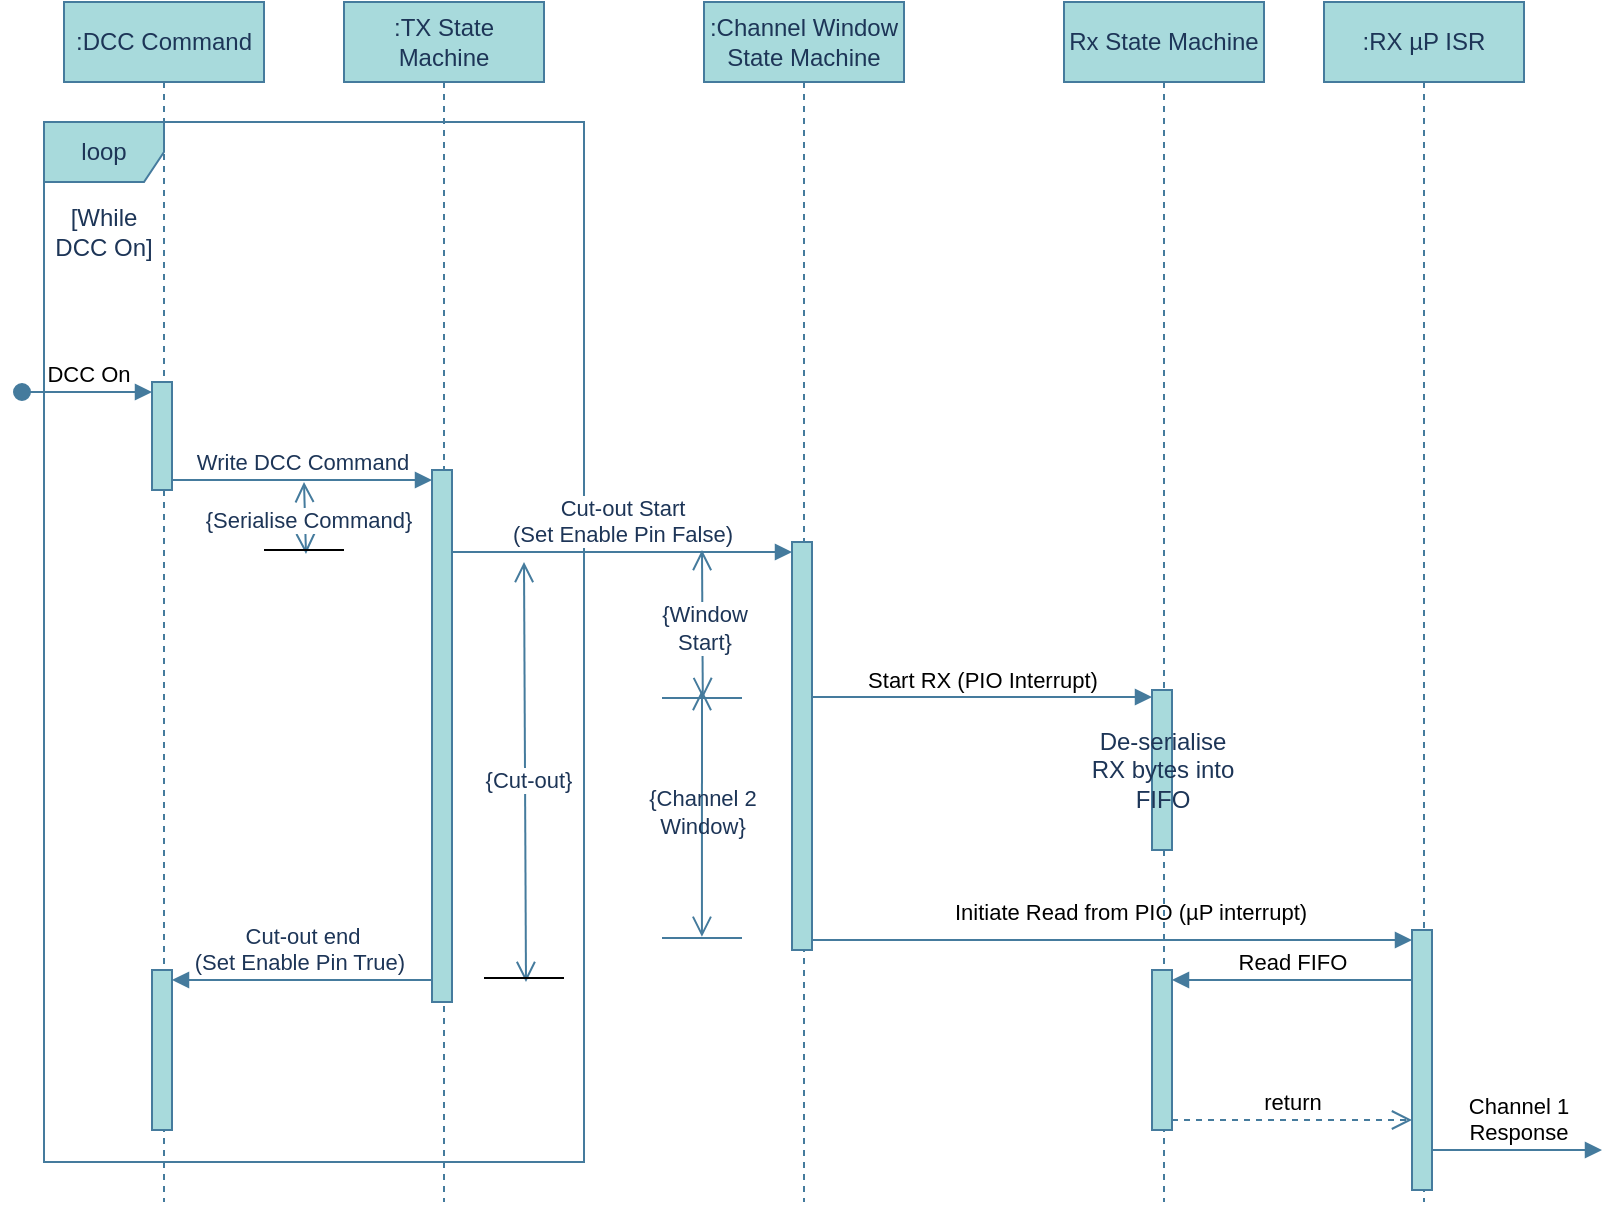
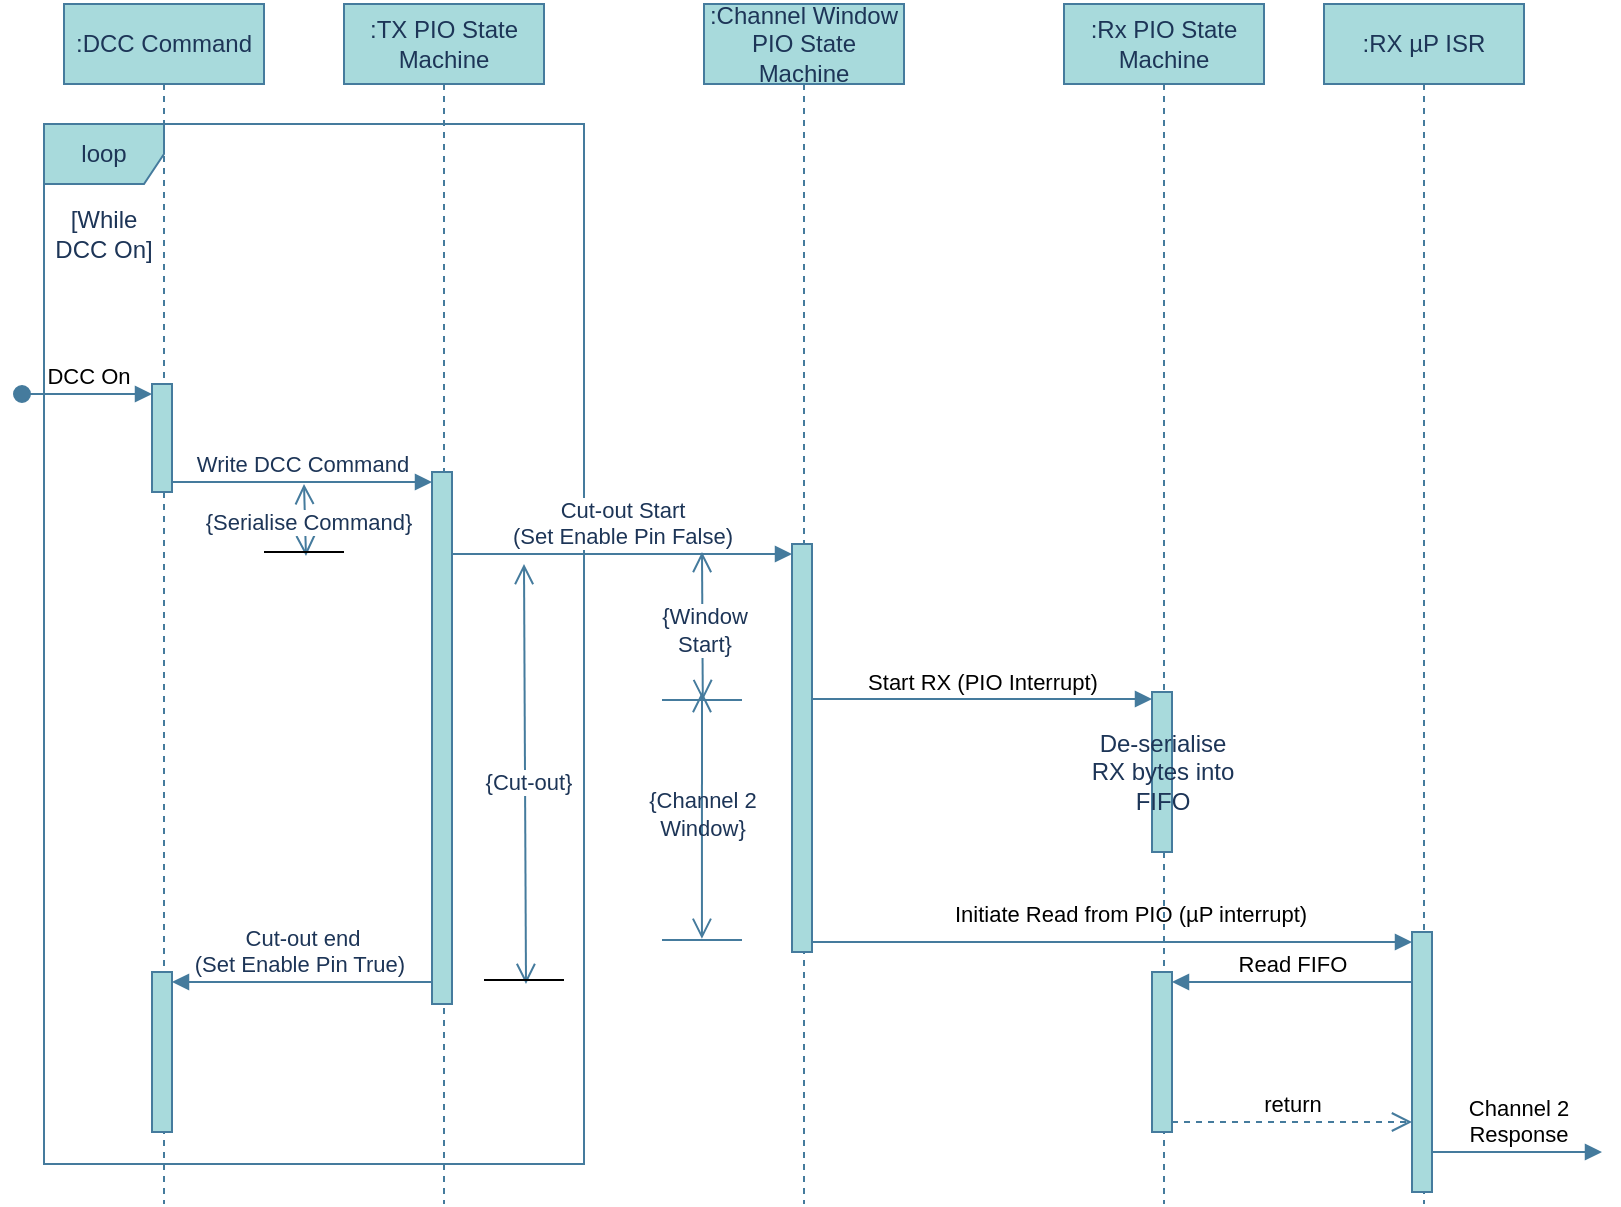
<mxfile host="Electron">
  <diagram name="Page-1" id="weol4V-U0tvbO18UPE6M">
    <mxGraphModel dx="1094" dy="833" grid="1" gridSize="10" guides="1" tooltips="1" connect="1" arrows="1" fold="1" page="1" pageScale="1" pageWidth="827" pageHeight="1169" math="0" shadow="0">
      <root>
        <mxCell id="0" />
        <mxCell id="1" parent="0" />
-         <mxCell id="pWkvLbUYFah3Om_B_SmA-1" parent="1" style="shape=umlLifeline;perimeter=lifelinePerimeter;whiteSpace=wrap;html=1;container=1;dropTarget=0;collapsible=0;recursiveResize=0;outlineConnect=0;portConstraint=eastwest;newEdgeStyle={&quot;curved&quot;:0,&quot;rounded&quot;:0};labelBackgroundColor=none;fillColor=#A8DADC;strokeColor=#457B9D;fontColor=#1D3557;" value=":Channel Window&lt;div&gt;State Machine&lt;/div&gt;" vertex="1">
+         <mxCell id="pWkvLbUYFah3Om_B_SmA-1" parent="1" style="shape=umlLifeline;perimeter=lifelinePerimeter;whiteSpace=wrap;html=1;container=1;dropTarget=0;collapsible=0;recursiveResize=0;outlineConnect=0;portConstraint=eastwest;newEdgeStyle={&quot;curved&quot;:0,&quot;rounded&quot;:0};labelBackgroundColor=none;fillColor=#A8DADC;strokeColor=#457B9D;fontColor=#1D3557;" value=":Channel Window&lt;div&gt;PIO State Machine&lt;/div&gt;" vertex="1">
          <mxGeometry height="600" width="100" x="360" y="160" as="geometry" />
        </mxCell>
-         <mxCell id="pWkvLbUYFah3Om_B_SmA-10" parent="1" style="shape=umlLifeline;perimeter=lifelinePerimeter;whiteSpace=wrap;html=1;container=1;dropTarget=0;collapsible=0;recursiveResize=0;outlineConnect=0;portConstraint=eastwest;newEdgeStyle={&quot;curved&quot;:0,&quot;rounded&quot;:0};strokeColor=#457B9D;fontColor=#1D3557;fillColor=#A8DADC;labelBackgroundColor=none;" value="Rx State Machine" vertex="1">
+         <mxCell id="pWkvLbUYFah3Om_B_SmA-10" parent="1" style="shape=umlLifeline;perimeter=lifelinePerimeter;whiteSpace=wrap;html=1;container=1;dropTarget=0;collapsible=0;recursiveResize=0;outlineConnect=0;portConstraint=eastwest;newEdgeStyle={&quot;curved&quot;:0,&quot;rounded&quot;:0};strokeColor=#457B9D;fontColor=#1D3557;fillColor=#A8DADC;labelBackgroundColor=none;" value=":Rx PIO State Machine" vertex="1">
          <mxGeometry height="600" width="100" x="540" y="160" as="geometry" />
        </mxCell>
        <mxCell id="pWkvLbUYFah3Om_B_SmA-22" parent="1" style="shape=umlLifeline;perimeter=lifelinePerimeter;whiteSpace=wrap;html=1;container=1;dropTarget=0;collapsible=0;recursiveResize=0;outlineConnect=0;portConstraint=eastwest;newEdgeStyle={&quot;curved&quot;:0,&quot;rounded&quot;:0};strokeColor=#457B9D;fontColor=#1D3557;fillColor=#A8DADC;labelBackgroundColor=none;" value=":RX µP ISR" vertex="1">
          <mxGeometry height="600" width="100" x="670" y="160" as="geometry" />
        </mxCell>
-         <mxCell id="DBZd6BLxHrLDgelnlyqc-1" parent="1" style="shape=umlLifeline;perimeter=lifelinePerimeter;whiteSpace=wrap;html=1;container=1;dropTarget=0;collapsible=0;recursiveResize=0;outlineConnect=0;portConstraint=eastwest;newEdgeStyle={&quot;curved&quot;:0,&quot;rounded&quot;:0};labelBackgroundColor=none;fillColor=#A8DADC;strokeColor=#457B9D;fontColor=#1D3557;" value=":TX State Machine" vertex="1">
+         <mxCell id="DBZd6BLxHrLDgelnlyqc-1" parent="1" style="shape=umlLifeline;perimeter=lifelinePerimeter;whiteSpace=wrap;html=1;container=1;dropTarget=0;collapsible=0;recursiveResize=0;outlineConnect=0;portConstraint=eastwest;newEdgeStyle={&quot;curved&quot;:0,&quot;rounded&quot;:0};labelBackgroundColor=none;fillColor=#A8DADC;strokeColor=#457B9D;fontColor=#1D3557;" value=":TX PIO State Machine" vertex="1">
          <mxGeometry height="600" width="100" x="180" y="160" as="geometry" />
        </mxCell>
        <mxCell id="DBZd6BLxHrLDgelnlyqc-2" parent="1" style="shape=umlLifeline;perimeter=lifelinePerimeter;whiteSpace=wrap;html=1;container=1;dropTarget=0;collapsible=0;recursiveResize=0;outlineConnect=0;portConstraint=eastwest;newEdgeStyle={&quot;curved&quot;:0,&quot;rounded&quot;:0};labelBackgroundColor=none;fillColor=#A8DADC;strokeColor=#457B9D;fontColor=#1D3557;" value=":DCC Command" vertex="1">
          <mxGeometry height="600" width="100" x="40" y="160" as="geometry" />
        </mxCell>
        <mxCell id="DBZd6BLxHrLDgelnlyqc-14" parent="DBZd6BLxHrLDgelnlyqc-2" style="html=1;points=[[0,0,0,0,5],[0,1,0,0,-5],[1,0,0,0,5],[1,1,0,0,-5]];perimeter=orthogonalPerimeter;outlineConnect=0;targetShapes=umlLifeline;portConstraint=eastwest;newEdgeStyle={&quot;curved&quot;:0,&quot;rounded&quot;:0};strokeColor=#457B9D;fontColor=#1D3557;fillColor=#A8DADC;" value="" vertex="1">
          <mxGeometry height="80" width="10" x="44" y="484" as="geometry" />
        </mxCell>
        <mxCell id="DBZd6BLxHrLDgelnlyqc-15" edge="1" parent="DBZd6BLxHrLDgelnlyqc-2" style="html=1;verticalAlign=bottom;endArrow=block;curved=0;rounded=0;strokeColor=#457B9D;fontColor=#1D3557;fillColor=#A8DADC;exitX=0;exitY=1;exitDx=0;exitDy=-5;exitPerimeter=0;entryX=1;entryY=0;entryDx=0;entryDy=5;entryPerimeter=0;" target="DBZd6BLxHrLDgelnlyqc-14" value="Cut-out end&lt;div&gt;(Set Enable Pin True)&amp;nbsp;&lt;/div&gt;">
          <mxGeometry relative="1" width="80" as="geometry">
            <mxPoint x="184" y="489" as="sourcePoint" />
            <mxPoint x="410" y="270" as="targetPoint" />
          </mxGeometry>
        </mxCell>
        <mxCell id="DBZd6BLxHrLDgelnlyqc-12" parent="1" style="shape=umlFrame;whiteSpace=wrap;html=1;pointerEvents=0;strokeColor=#457B9D;fontColor=#1D3557;fillColor=#A8DADC;" value="loop" vertex="1">
          <mxGeometry height="520" width="270" x="30" y="220" as="geometry" />
        </mxCell>
        <mxCell id="pWkvLbUYFah3Om_B_SmA-4" parent="1" style="html=1;points=[[0,0,0,0,5],[0,1,0,0,-5],[1,0,0,0,5],[1,1,0,0,-5]];perimeter=orthogonalPerimeter;outlineConnect=0;targetShapes=umlLifeline;portConstraint=eastwest;newEdgeStyle={&quot;curved&quot;:0,&quot;rounded&quot;:0};labelBackgroundColor=none;fillColor=#A8DADC;strokeColor=#457B9D;fontColor=#1D3557;" value="" vertex="1">
          <mxGeometry height="204" width="10" x="404" y="430" as="geometry" />
        </mxCell>
        <mxCell id="pWkvLbUYFah3Om_B_SmA-12" parent="1" style="html=1;points=[[0,0,0,0,5],[0,1,0,0,-5],[1,0,0,0,5],[1,1,0,0,-5]];perimeter=orthogonalPerimeter;outlineConnect=0;targetShapes=umlLifeline;portConstraint=eastwest;newEdgeStyle={&quot;curved&quot;:0,&quot;rounded&quot;:0};strokeColor=#457B9D;fontColor=#1D3557;fillColor=#A8DADC;labelBackgroundColor=none;" value="De-serialise&lt;div&gt;RX bytes into&lt;/div&gt;&lt;div&gt;FIFO&lt;/div&gt;" vertex="1">
          <mxGeometry height="80" width="10" x="584" y="504" as="geometry" />
        </mxCell>
        <mxCell id="pWkvLbUYFah3Om_B_SmA-13" edge="1" parent="1" source="pWkvLbUYFah3Om_B_SmA-4" style="html=1;verticalAlign=bottom;endArrow=block;curved=0;rounded=0;strokeColor=#457B9D;fontColor=default;fillColor=#A8DADC;labelBackgroundColor=none;entryX=0;entryY=0;entryDx=0;entryDy=5;entryPerimeter=0;" value="Start RX (PIO Interrupt)">
          <mxGeometry relative="1" width="80" as="geometry">
            <mxPoint x="420" y="508" as="sourcePoint" />
            <mxPoint x="584" y="507.5" as="targetPoint" />
          </mxGeometry>
        </mxCell>
        <mxCell id="pWkvLbUYFah3Om_B_SmA-14" parent="1" style="line;strokeWidth=1;fillColor=none;align=left;verticalAlign=middle;spacingTop=-1;spacingLeft=3;spacingRight=3;rotatable=0;labelPosition=right;points=[];portConstraint=eastwest;strokeColor=#457B9D;fontColor=#1D3557;labelBackgroundColor=none;" value="" vertex="1">
          <mxGeometry height="8" width="40" x="339" y="504" as="geometry" />
        </mxCell>
        <mxCell id="pWkvLbUYFah3Om_B_SmA-20" edge="1" parent="1" style="edgeStyle=none;orthogonalLoop=1;jettySize=auto;html=1;endArrow=open;startArrow=open;endSize=8;startSize=8;rounded=0;strokeColor=#457B9D;fontColor=default;fillColor=#A8DADC;entryX=0.51;entryY=0.504;entryDx=0;entryDy=0;entryPerimeter=0;endFill=0;startFill=0;labelBackgroundColor=none;" target="pWkvLbUYFah3Om_B_SmA-14" value="">
          <mxGeometry relative="1" width="100" as="geometry">
            <Array as="points" />
            <mxPoint x="359" y="434" as="sourcePoint" />
            <mxPoint x="399" y="464" as="targetPoint" />
          </mxGeometry>
        </mxCell>
        <mxCell id="DBZd6BLxHrLDgelnlyqc-11" connectable="0" parent="pWkvLbUYFah3Om_B_SmA-20" style="edgeLabel;html=1;align=center;verticalAlign=middle;resizable=0;points=[];strokeColor=#457B9D;fontColor=#1D3557;fillColor=#A8DADC;" value="{Window&lt;div&gt;Start}&lt;/div&gt;" vertex="1">
          <mxGeometry relative="1" x="0.0402" y="1" as="geometry">
            <mxPoint as="offset" />
          </mxGeometry>
        </mxCell>
        <mxCell id="pWkvLbUYFah3Om_B_SmA-30" parent="1" style="html=1;points=[[0,0,0,0,5],[0,1,0,0,-5],[1,0,0,0,5],[1,1,0,0,-5]];perimeter=orthogonalPerimeter;outlineConnect=0;targetShapes=umlLifeline;portConstraint=eastwest;newEdgeStyle={&quot;curved&quot;:0,&quot;rounded&quot;:0};strokeColor=#457B9D;fontColor=#1D3557;fillColor=#A8DADC;labelBackgroundColor=none;" value="" vertex="1">
          <mxGeometry height="130" width="10" x="714" y="624" as="geometry" />
        </mxCell>
        <mxCell id="pWkvLbUYFah3Om_B_SmA-24" edge="1" parent="1" source="pWkvLbUYFah3Om_B_SmA-30" style="html=1;verticalAlign=bottom;endArrow=block;curved=0;rounded=0;entryX=1;entryY=0;entryDx=0;entryDy=5;strokeColor=#457B9D;fontColor=default;fillColor=#A8DADC;labelBackgroundColor=none;" target="pWkvLbUYFah3Om_B_SmA-23" value="Read FIFO">
          <mxGeometry relative="1" as="geometry">
            <mxPoint x="589" y="649" as="sourcePoint" />
          </mxGeometry>
        </mxCell>
        <mxCell id="pWkvLbUYFah3Om_B_SmA-25" edge="1" parent="1" source="pWkvLbUYFah3Om_B_SmA-23" style="html=1;verticalAlign=bottom;endArrow=open;dashed=1;endSize=8;curved=0;rounded=0;exitX=1;exitY=1;exitDx=0;exitDy=-5;strokeColor=#457B9D;fontColor=default;fillColor=#A8DADC;labelBackgroundColor=none;" target="pWkvLbUYFah3Om_B_SmA-30" value="return">
          <mxGeometry relative="1" as="geometry">
            <mxPoint x="469" y="694" as="targetPoint" />
          </mxGeometry>
        </mxCell>
        <mxCell id="pWkvLbUYFah3Om_B_SmA-23" parent="1" style="html=1;points=[[0,0,0,0,5],[0,1,0,0,-5],[1,0,0,0,5],[1,1,0,0,-5]];perimeter=orthogonalPerimeter;outlineConnect=0;targetShapes=umlLifeline;portConstraint=eastwest;newEdgeStyle={&quot;curved&quot;:0,&quot;rounded&quot;:0};strokeColor=#457B9D;fontColor=#1D3557;fillColor=#A8DADC;labelBackgroundColor=none;" value="" vertex="1">
          <mxGeometry height="80" width="10" x="584" y="644" as="geometry" />
        </mxCell>
        <mxCell id="pWkvLbUYFah3Om_B_SmA-26" edge="1" parent="1" source="pWkvLbUYFah3Om_B_SmA-4" style="html=1;verticalAlign=bottom;endArrow=block;curved=0;rounded=0;strokeColor=#457B9D;fontColor=default;fillColor=#A8DADC;exitX=1;exitY=1;exitDx=0;exitDy=-5;exitPerimeter=0;entryX=0;entryY=0;entryDx=0;entryDy=5;entryPerimeter=0;labelBackgroundColor=none;" target="pWkvLbUYFah3Om_B_SmA-30" value="Initiate Read from PIO (µP interrupt)">
          <mxGeometry relative="1" width="80" x="0.0606" y="5" as="geometry">
            <mxPoint as="offset" />
            <mxPoint x="369" y="524" as="sourcePoint" />
            <mxPoint x="599" y="629" as="targetPoint" />
          </mxGeometry>
        </mxCell>
        <mxCell id="pWkvLbUYFah3Om_B_SmA-27" parent="1" style="line;strokeWidth=1;fillColor=none;align=left;verticalAlign=middle;spacingTop=-1;spacingLeft=3;spacingRight=3;rotatable=0;labelPosition=right;points=[];portConstraint=eastwest;strokeColor=#457B9D;fontColor=#1D3557;labelBackgroundColor=none;" value="" vertex="1">
          <mxGeometry height="8" width="40" x="339" y="624" as="geometry" />
        </mxCell>
        <mxCell id="pWkvLbUYFah3Om_B_SmA-28" edge="1" parent="1" style="edgeStyle=none;orthogonalLoop=1;jettySize=auto;html=1;endArrow=open;startArrow=open;endSize=8;startSize=8;rounded=0;strokeColor=#457B9D;fontColor=default;fillColor=#A8DADC;endFill=0;startFill=0;entryX=0.499;entryY=0.429;entryDx=0;entryDy=0;entryPerimeter=0;labelBackgroundColor=none;" target="pWkvLbUYFah3Om_B_SmA-27" value="">
          <mxGeometry relative="1" width="100" as="geometry">
            <Array as="points" />
            <mxPoint x="359" y="504" as="sourcePoint" />
            <mxPoint x="359" y="624" as="targetPoint" />
          </mxGeometry>
        </mxCell>
        <mxCell id="pWkvLbUYFah3Om_B_SmA-29" connectable="0" parent="pWkvLbUYFah3Om_B_SmA-28" style="edgeLabel;html=1;align=center;verticalAlign=middle;resizable=0;points=[];strokeColor=#457B9D;fontColor=#1D3557;fillColor=#A8DADC;labelBackgroundColor=none;" value="{Channel 2&lt;div&gt;Window}&lt;/div&gt;" vertex="1">
          <mxGeometry relative="1" x="-0.0144" as="geometry">
            <mxPoint as="offset" />
          </mxGeometry>
        </mxCell>
-         <mxCell id="pWkvLbUYFah3Om_B_SmA-31" edge="1" parent="1" source="pWkvLbUYFah3Om_B_SmA-30" style="html=1;verticalAlign=bottom;endArrow=block;curved=0;rounded=0;strokeColor=#457B9D;fontColor=default;fillColor=#A8DADC;labelBackgroundColor=none;" value="Channel 1&lt;div&gt;Response&lt;/div&gt;">
+         <mxCell id="pWkvLbUYFah3Om_B_SmA-31" edge="1" parent="1" source="pWkvLbUYFah3Om_B_SmA-30" style="html=1;verticalAlign=bottom;endArrow=block;curved=0;rounded=0;strokeColor=#457B9D;fontColor=default;fillColor=#A8DADC;labelBackgroundColor=none;" value="Channel 2&lt;div&gt;Response&lt;/div&gt;">
          <mxGeometry relative="1" width="80" as="geometry">
            <mxPoint x="729" y="734" as="sourcePoint" />
            <mxPoint x="809" y="734" as="targetPoint" />
          </mxGeometry>
        </mxCell>
        <mxCell id="DBZd6BLxHrLDgelnlyqc-8" parent="1" style="html=1;points=[[0,0,0,0,5],[0,1,0,0,-5],[1,0,0,0,5],[1,1,0,0,-5]];perimeter=orthogonalPerimeter;outlineConnect=0;targetShapes=umlLifeline;portConstraint=eastwest;newEdgeStyle={&quot;curved&quot;:0,&quot;rounded&quot;:0};strokeColor=#457B9D;fontColor=#1D3557;fillColor=#A8DADC;" value="" vertex="1">
          <mxGeometry height="266" width="10" x="224" y="394" as="geometry" />
        </mxCell>
        <mxCell id="DBZd6BLxHrLDgelnlyqc-6" parent="1" style="html=1;points=[[0,0,0,0,5],[0,1,0,0,-5],[1,0,0,0,5],[1,1,0,0,-5]];perimeter=orthogonalPerimeter;outlineConnect=0;targetShapes=umlLifeline;portConstraint=eastwest;newEdgeStyle={&quot;curved&quot;:0,&quot;rounded&quot;:0};labelBackgroundColor=none;fillColor=#A8DADC;strokeColor=#457B9D;fontColor=#1D3557;" value="" vertex="1">
          <mxGeometry height="54" width="10" x="84" y="350" as="geometry" />
        </mxCell>
        <mxCell id="DBZd6BLxHrLDgelnlyqc-7" edge="1" parent="1" style="html=1;verticalAlign=bottom;startArrow=oval;endArrow=block;startSize=8;curved=0;rounded=0;entryX=0;entryY=0;entryDx=0;entryDy=5;labelBackgroundColor=none;strokeColor=#457B9D;fontColor=default;" target="DBZd6BLxHrLDgelnlyqc-6" value="DCC On">
          <mxGeometry relative="1" as="geometry">
            <mxPoint x="19" y="355" as="sourcePoint" />
          </mxGeometry>
        </mxCell>
        <mxCell id="DBZd6BLxHrLDgelnlyqc-9" edge="1" parent="1" source="DBZd6BLxHrLDgelnlyqc-6" style="html=1;verticalAlign=bottom;endArrow=block;curved=0;rounded=0;strokeColor=#457B9D;fontColor=#1D3557;fillColor=#A8DADC;exitX=1;exitY=1;exitDx=0;exitDy=-5;exitPerimeter=0;entryX=0;entryY=0;entryDx=0;entryDy=5;entryPerimeter=0;" target="DBZd6BLxHrLDgelnlyqc-8" value="Write DCC Command">
          <mxGeometry relative="1" width="80" as="geometry">
            <mxPoint x="369" y="534" as="sourcePoint" />
            <mxPoint x="449" y="534" as="targetPoint" />
          </mxGeometry>
        </mxCell>
        <mxCell id="DBZd6BLxHrLDgelnlyqc-10" edge="1" parent="1" source="DBZd6BLxHrLDgelnlyqc-8" style="html=1;verticalAlign=bottom;endArrow=block;curved=0;rounded=0;strokeColor=#457B9D;fontColor=#1D3557;fillColor=#A8DADC;entryX=0;entryY=0;entryDx=0;entryDy=5;entryPerimeter=0;" target="pWkvLbUYFah3Om_B_SmA-4" value="Cut-out Start&lt;div&gt;(Set Enable Pin False)&lt;/div&gt;">
          <mxGeometry relative="1" width="80" as="geometry">
            <mxPoint x="369" y="534" as="sourcePoint" />
            <mxPoint x="449" y="534" as="targetPoint" />
          </mxGeometry>
        </mxCell>
        <mxCell id="DBZd6BLxHrLDgelnlyqc-13" parent="1" style="text;html=1;whiteSpace=wrap;strokeColor=none;fillColor=none;align=center;verticalAlign=middle;rounded=0;fontColor=#1D3557;" value="[While DCC On]" vertex="1">
          <mxGeometry height="30" width="60" x="30" y="260" as="geometry" />
        </mxCell>
        <mxCell id="DBZd6BLxHrLDgelnlyqc-16" edge="1" parent="1" style="edgeStyle=none;orthogonalLoop=1;jettySize=auto;html=1;endArrow=open;startArrow=open;endSize=8;startSize=8;rounded=0;strokeColor=#457B9D;fontColor=default;fillColor=#A8DADC;endFill=0;startFill=0;labelBackgroundColor=none;entryX=0.525;entryY=0.75;entryDx=0;entryDy=0;entryPerimeter=0;" target="DBZd6BLxHrLDgelnlyqc-18" value="">
          <mxGeometry relative="1" width="100" as="geometry">
            <Array as="points" />
            <mxPoint x="160" y="400" as="sourcePoint" />
            <mxPoint x="300" y="574" as="targetPoint" />
          </mxGeometry>
        </mxCell>
        <mxCell id="DBZd6BLxHrLDgelnlyqc-17" connectable="0" parent="DBZd6BLxHrLDgelnlyqc-16" style="edgeLabel;html=1;align=center;verticalAlign=middle;resizable=0;points=[];strokeColor=#457B9D;fontColor=#1D3557;fillColor=#A8DADC;" value="{Serialise Command}" vertex="1">
          <mxGeometry relative="1" x="0.0402" y="1" as="geometry">
            <mxPoint as="offset" />
          </mxGeometry>
        </mxCell>
        <mxCell id="DBZd6BLxHrLDgelnlyqc-18" parent="1" style="line;strokeWidth=1;fillColor=none;align=left;verticalAlign=middle;spacingTop=-1;spacingLeft=3;spacingRight=3;rotatable=0;labelPosition=right;points=[];portConstraint=eastwest;strokeColor=inherit;fontColor=#1D3557;" value="" vertex="1">
          <mxGeometry height="8" width="40" x="140" y="430" as="geometry" />
        </mxCell>
        <mxCell id="DBZd6BLxHrLDgelnlyqc-19" edge="1" parent="1" style="edgeStyle=none;orthogonalLoop=1;jettySize=auto;html=1;endArrow=open;startArrow=open;endSize=8;startSize=8;rounded=0;strokeColor=#457B9D;fontColor=default;fillColor=#A8DADC;endFill=0;startFill=0;labelBackgroundColor=none;entryX=0.525;entryY=0.75;entryDx=0;entryDy=0;entryPerimeter=0;" target="DBZd6BLxHrLDgelnlyqc-21" value="">
          <mxGeometry relative="1" width="100" as="geometry">
            <Array as="points" />
            <mxPoint x="270" y="440" as="sourcePoint" />
            <mxPoint x="410" y="768" as="targetPoint" />
          </mxGeometry>
        </mxCell>
        <mxCell id="DBZd6BLxHrLDgelnlyqc-20" connectable="0" parent="DBZd6BLxHrLDgelnlyqc-19" style="edgeLabel;html=1;align=center;verticalAlign=middle;resizable=0;points=[];strokeColor=#457B9D;fontColor=#1D3557;fillColor=#A8DADC;" value="{Cut-out}" vertex="1">
          <mxGeometry relative="1" x="0.0402" y="1" as="geometry">
            <mxPoint as="offset" />
          </mxGeometry>
        </mxCell>
        <mxCell id="DBZd6BLxHrLDgelnlyqc-21" parent="1" style="line;strokeWidth=1;fillColor=none;align=left;verticalAlign=middle;spacingTop=-1;spacingLeft=3;spacingRight=3;rotatable=0;labelPosition=right;points=[];portConstraint=eastwest;strokeColor=inherit;fontColor=#1D3557;" value="" vertex="1">
          <mxGeometry height="8" width="40" x="250" y="644" as="geometry" />
        </mxCell>
      </root>
    </mxGraphModel>
  </diagram>
</mxfile>
